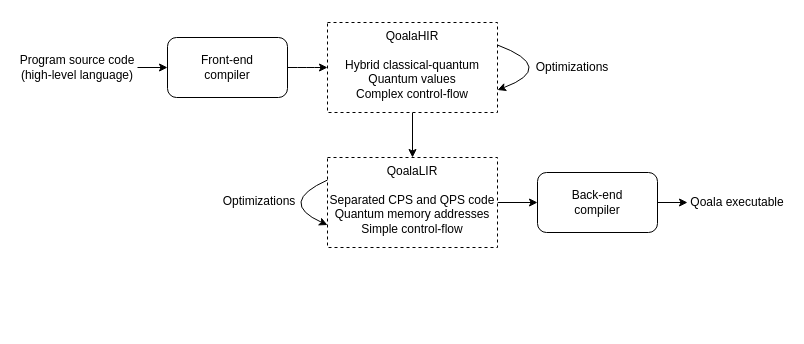
Before: figures/compiler/overall-design.drawio in bvdvecht/phd-thesis, a draw.io diagram. Source tidied: cells renumbered, new cells numbered last; positions are measured from the earlier drawing's top-left corner, leaving out a move shared by most shapes. Both pictures are drawn from the tidied source at 100%, with x=0, y=0 at pixel (17, 22).
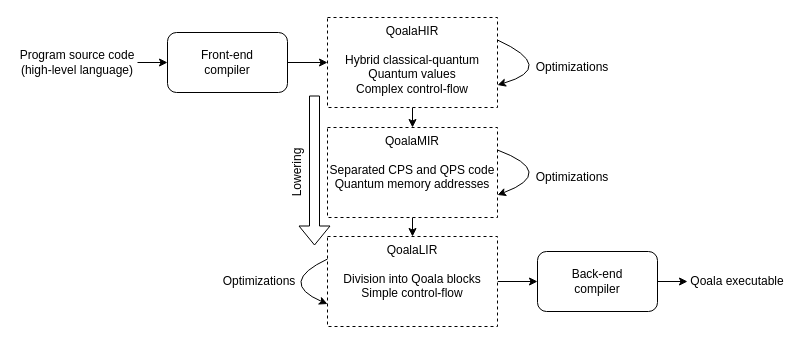
After the change.

What changed in the source:
```diff
@@
     <mxCell id="3" value="Program source code&lt;div&gt;(high-level language)&lt;/div&gt;" style="text;html=1;align=center;verticalAlign=middle;whiteSpace=wrap;rounded=0;" parent="1" vertex="1">
-      <mxGeometry y="25" width="120" height="40" as="geometry" />
+      <mxGeometry y="20" width="120" height="40" as="geometry" />
     </mxCell>
     <mxCell id="4" style="edgeStyle=none;html=1;exitX=1;exitY=0.5;exitDx=0;exitDy=0;entryX=0;entryY=0.5;entryDx=0;entryDy=0;" parent="1" edge="1" source="5" target="11">
-      <mxGeometry relative="1" as="geometry">
-        <Array as="points">
-          <mxPoint x="290" y="45" />
-        </Array>
-      </mxGeometry>
+      <mxGeometry relative="1" as="geometry" />
     </mxCell>
     <mxCell id="5" value="Front-end&lt;div&gt;compiler&lt;/div&gt;" style="rounded=1;whiteSpace=wrap;html=1;" parent="1" vertex="1">
-      <mxGeometry x="150" y="15" width="120" height="60" as="geometry" />
+      <mxGeometry x="150" y="10" width="120" height="60" as="geometry" />
     </mxCell>
@@
     <mxCell id="7" value="Back-end&lt;div&gt;compiler&lt;/div&gt;" style="rounded=1;whiteSpace=wrap;html=1;" parent="1" vertex="1">
-      <mxGeometry x="520" y="150" width="120" height="60" as="geometry" />
+      <mxGeometry x="520" y="229" width="120" height="60" as="geometry" />
     </mxCell>
@@
     <mxCell id="9" value="Qoala executable" style="text;html=1;align=center;verticalAlign=middle;whiteSpace=wrap;rounded=0;" parent="1" vertex="1">
-      <mxGeometry x="670" y="165" width="100" height="30" as="geometry" />
+      <mxGeometry x="670" y="244" width="100" height="30" as="geometry" />
     </mxCell>
-    <mxCell id="10" style="edgeStyle=none;html=1;exitX=0.5;exitY=1;exitDx=0;exitDy=0;entryX=0.5;entryY=0;entryDx=0;entryDy=0;" parent="1" edge="1" source="11" target="12">
+    <mxCell id="10" style="edgeStyle=none;html=1;exitX=0.5;exitY=1;exitDx=0;exitDy=0;entryX=0.5;entryY=0;entryDx=0;entryDy=0;" parent="1" edge="1" source="11" target="18">
       <mxGeometry relative="1" as="geometry" />
     </mxCell>
     <mxCell id="11" value="QoalaHIR&lt;div&gt;&lt;br&gt;&lt;/div&gt;&lt;div&gt;Hybrid classical-quantum&lt;/div&gt;&lt;div&gt;Quantum values&lt;/div&gt;&lt;div&gt;Complex control-flow&lt;/div&gt;" style="rounded=0;whiteSpace=wrap;html=1;verticalAlign=top;dashed=1;" parent="1" vertex="1">
-      <mxGeometry x="310" width="170" height="90" as="geometry" />
+      <mxGeometry x="310" y="-5" width="170" height="90" as="geometry" />
     </mxCell>
-    <mxCell id="12" value="QoalaLIR&lt;div&gt;&lt;br&gt;&lt;/div&gt;&lt;div&gt;Separated CPS and QPS code&lt;/div&gt;&lt;div&gt;Quantum memory addresses&lt;/div&gt;&lt;div&gt;Simple control-flow&lt;/div&gt;" style="rounded=0;whiteSpace=wrap;html=1;verticalAlign=top;dashed=1;" parent="1" vertex="1">
-      <mxGeometry x="310" y="135" width="170" height="90" as="geometry" />
+    <mxCell id="12" value="QoalaLIR&lt;div&gt;&lt;br&gt;&lt;/div&gt;&lt;div&gt;Division into Qoala blocks&lt;/div&gt;&lt;div&gt;Simple control-flow&lt;/div&gt;" style="rounded=0;whiteSpace=wrap;html=1;verticalAlign=top;dashed=1;" parent="1" vertex="1">
+      <mxGeometry x="310" y="214" width="170" height="90" as="geometry" />
     </mxCell>
@@
     <mxCell id="15" style="edgeStyle=orthogonalEdgeStyle;html=1;exitX=0;exitY=0.25;exitDx=0;exitDy=0;entryX=0;entryY=0.75;entryDx=0;entryDy=0;curved=1;" parent="1" edge="1" source="12" target="12">
       <mxGeometry relative="1" as="geometry">
         <Array as="points">
-          <mxPoint x="260" y="180" />
+          <mxPoint x="260" y="260" />
         </Array>
       </mxGeometry>
     </mxCell>
     <mxCell id="16" value="Optimizations" style="text;html=1;align=center;verticalAlign=middle;whiteSpace=wrap;rounded=0;" parent="1" vertex="1">
-      <mxGeometry x="197" y="164" width="90" height="30" as="geometry" />
+      <mxGeometry x="197" y="244" width="90" height="30" as="geometry" />
     </mxCell>
+    <mxCell id="17" style="edgeStyle=none;html=1;exitX=0.5;exitY=1;exitDx=0;exitDy=0;entryX=0.5;entryY=0;entryDx=0;entryDy=0;" parent="1" edge="1" source="18" target="12">
+      <mxGeometry relative="1" as="geometry" />
+    </mxCell>
+    <mxCell id="18" value="QoalaMIR&lt;div&gt;&lt;br&gt;&lt;/div&gt;&lt;div&gt;Separated CPS and QPS code&lt;/div&gt;&lt;div&gt;Quantum memory addresses&lt;/div&gt;" style="rounded=0;whiteSpace=wrap;html=1;verticalAlign=top;dashed=1;" parent="1" vertex="1">
+      <mxGeometry x="310" y="105" width="170" height="90" as="geometry" />
+    </mxCell>
+    <mxCell id="19" value="Optimizations" style="text;html=1;align=center;verticalAlign=middle;whiteSpace=wrap;rounded=0;" parent="1" vertex="1">
+      <mxGeometry x="510" y="140" width="90" height="30" as="geometry" />
+    </mxCell>
+    <mxCell id="20" style="edgeStyle=orthogonalEdgeStyle;html=1;exitX=1;exitY=0.25;exitDx=0;exitDy=0;entryX=1;entryY=0.75;entryDx=0;entryDy=0;curved=1;" parent="1" edge="1" source="18" target="18">
+      <mxGeometry relative="1" as="geometry">
+        <Array as="points">
+          <mxPoint x="540" y="150" />
+        </Array>
+      </mxGeometry>
+    </mxCell>
+    <mxCell id="21" style="shape=flexArrow;endArrow=classic;html=1;curved=1;" parent="1" edge="1">
+      <mxGeometry relative="1" as="geometry">
+        <mxPoint x="297" y="73" as="sourcePoint" />
+        <mxPoint x="297" y="223" as="targetPoint" />
+      </mxGeometry>
+    </mxCell>
+    <mxCell id="22" value="Lowering" style="text;html=1;strokeColor=none;fillColor=none;align=center;verticalAlign=middle;whiteSpace=wrap;rounded=0;horizontal=0;" parent="1" vertex="1">
+      <mxGeometry x="270" y="120" width="20" height="60" as="geometry" />
+    </mxCell>
```
